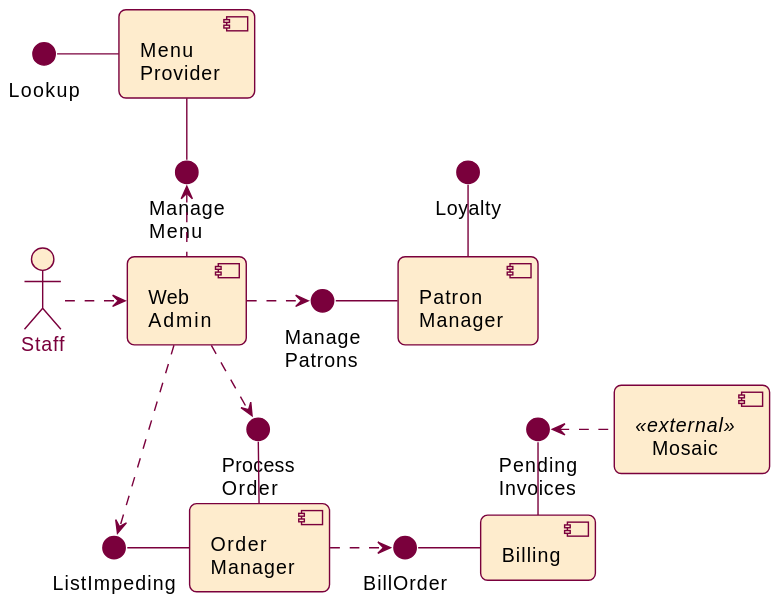
The PlantUML diagram models/component_web.svg in ace-lectures/atco-eats, before a commit.
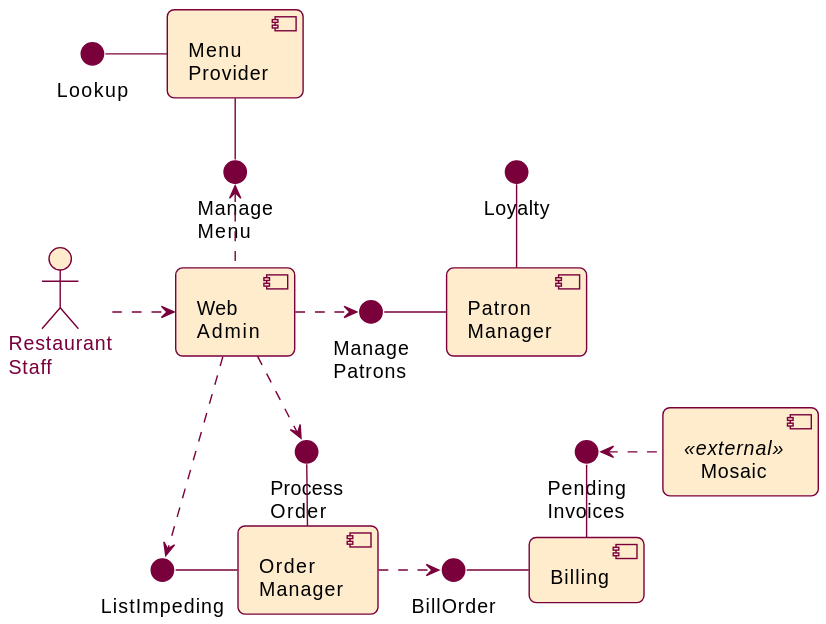
The same diagram one commit later.

Commit message:
fix ambiguity in actor name

What changed in the source:
```diff
@@ -37,7 +37,7 @@
 
 
 component "Web\nAdmin" as web
-Actor "Staff" as S
+Actor "Restaurant\nStaff" as S
 
 S .> web
 web .> Ipatrons_mgmt
```
